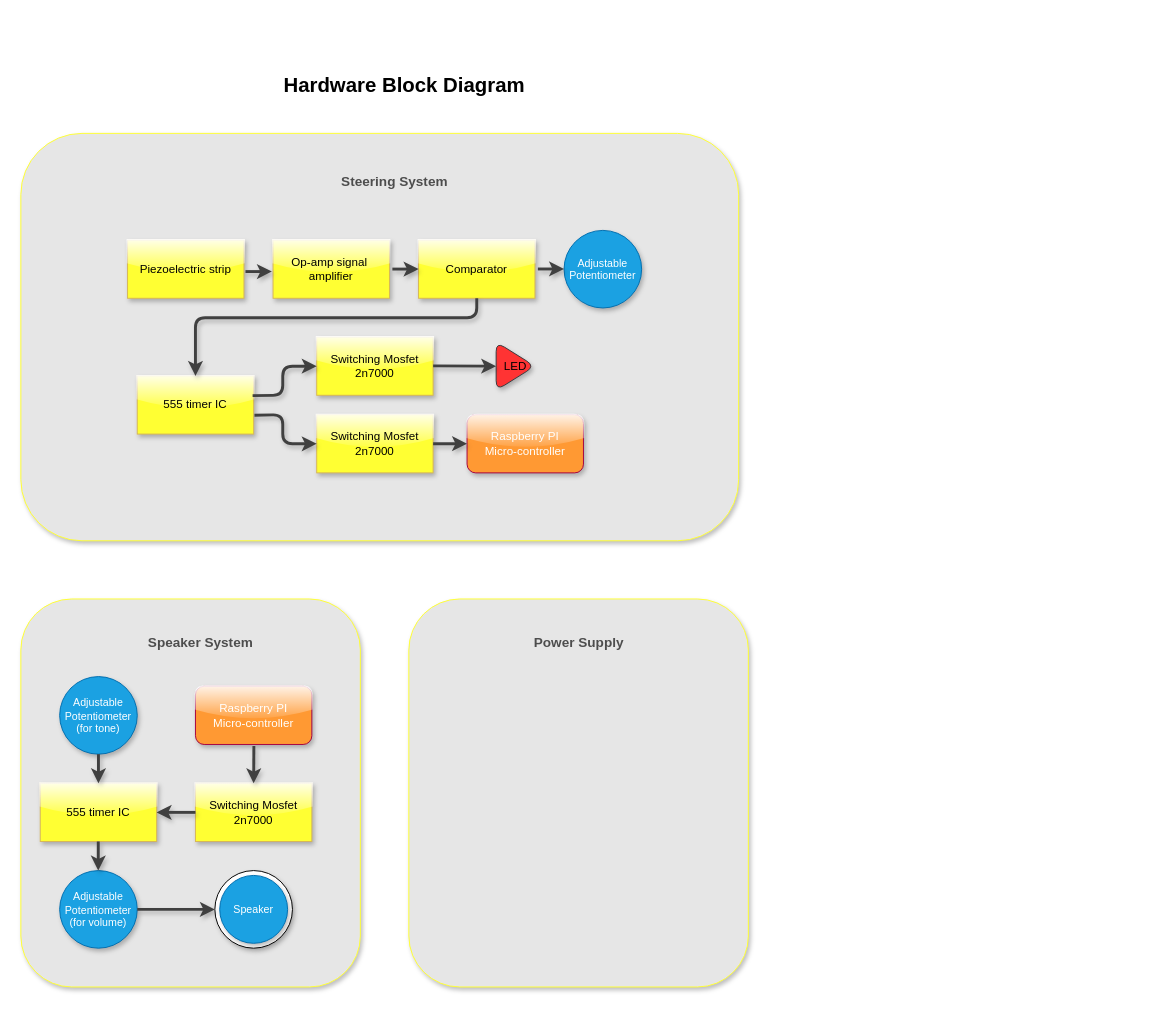
The draw.io diagram Hardware Block Diagram.drawio in mayerjaved/capstone-drowsy-driver-algorithm, before the edit. Source tidied: cells renumbered, new cells numbered last; positions are measured from the earlier drawing's top-left corner, leaving out a move shared by most shapes. Both pictures are drawn from the tidied source at 97%, with x=0, y=0 at pixel (20, 65).
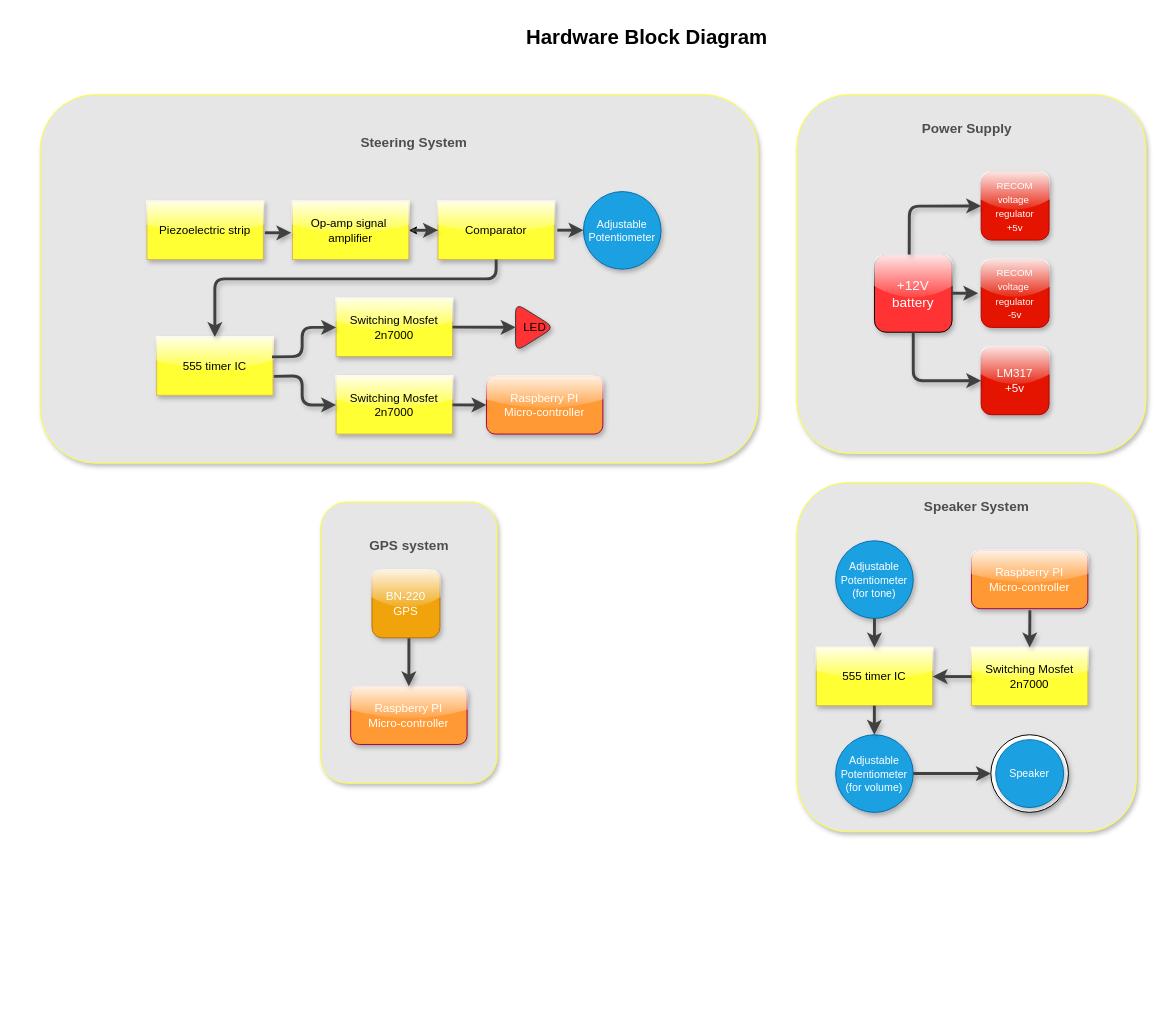
Above is the later version.

Diff of the diagram source:
```diff
@@
     <mxCell id="2" style="rounded=1;whiteSpace=wrap;html=1;shadow=1;glass=0;fillColor=#E6E6E6;fontColor=#ffffff;strokeColor=#FFFF33;" parent="1" vertex="1">
-      <mxGeometry y="70" width="740" height="420" as="geometry" />
+      <mxGeometry x="20" y="30" width="740" height="380" as="geometry" />
     </mxCell>
     <mxCell id="3" value="Piezoelectric strip" style="rounded=0;whiteSpace=wrap;html=1;fillColor=#FFFF33;strokeColor=#d6b656;shadow=1;glass=1;" parent="1" vertex="1">
-      <mxGeometry x="110" y="180" width="120" height="60" as="geometry" />
+      <mxGeometry x="130" y="140" width="120" height="60" as="geometry" />
     </mxCell>
     <mxCell id="4" value="Op-amp signal&amp;nbsp;&lt;br&gt;amplifier" style="rounded=0;whiteSpace=wrap;html=1;fillColor=#FFFF33;strokeColor=#d6b656;shadow=1;glass=1;" parent="1" vertex="1">
-      <mxGeometry x="260" y="180" width="120" height="60" as="geometry" />
+      <mxGeometry x="280" y="140" width="120" height="60" as="geometry" />
     </mxCell>
     <mxCell id="5" value="&lt;b&gt;&lt;font style=&quot;font-size: 21px;&quot;&gt;Hardware Block Diagram&lt;/font&gt;&lt;/b&gt;" style="text;html=1;align=center;verticalAlign=middle;strokeColor=none;fillColor=none;" parent="1" vertex="1">
-      <mxGeometry x="260" width="270" height="40" as="geometry" />
+      <mxGeometry x="510" y="-50" width="270" height="40" as="geometry" />
     </mxCell>
+    <mxCell id="38" style="edgeStyle=orthogonalEdgeStyle;rounded=0;jettySize=auto;html=1;" parent="1" edge="1" source="6" target="4">
+      <mxGeometry relative="1" as="geometry" />
+    </mxCell>
     <mxCell id="6" value="Comparator" style="rounded=0;whiteSpace=wrap;html=1;fillColor=#FFFF33;strokeColor=#d6b656;shadow=1;glass=1;" parent="1" vertex="1">
-      <mxGeometry x="410" y="180" width="120" height="60" as="geometry" />
+      <mxGeometry x="430" y="140" width="120" height="60" as="geometry" />
     </mxCell>
     <mxCell id="7" value="555 timer IC" style="rounded=0;whiteSpace=wrap;html=1;fillColor=#FFFF33;strokeColor=#d6b656;shadow=1;glass=1;" parent="1" vertex="1">
-      <mxGeometry x="120" y="320" width="120" height="60" as="geometry" />
+      <mxGeometry x="140" y="280" width="120" height="60" as="geometry" />
     </mxCell>
     <mxCell id="8" value="Switching Mosfet&lt;br&gt;2n7000" style="rounded=0;whiteSpace=wrap;html=1;fillColor=#FFFF33;strokeColor=#d6b656;shadow=1;glass=1;" parent="1" vertex="1">
-      <mxGeometry x="305" y="360" width="120" height="60" as="geometry" />
+      <mxGeometry x="325" y="320" width="120" height="60" as="geometry" />
     </mxCell>
     <mxCell id="9" value="Switching Mosfet&lt;br&gt;2n7000" style="rounded=0;whiteSpace=wrap;html=1;fillColor=#FFFF33;strokeColor=#d6b656;shadow=1;glass=1;" parent="1" vertex="1">
-      <mxGeometry x="305" y="280" width="120" height="60" as="geometry" />
+      <mxGeometry x="325" y="240" width="120" height="60" as="geometry" />
     </mxCell>
     <mxCell id="10" value="&lt;div style=&quot;&quot;&gt;&lt;span style=&quot;font-size: 11px; color: rgb(255, 255, 255); background-color: initial;&quot;&gt;Adjustable&lt;/span&gt;&lt;br&gt;&lt;/div&gt;&lt;font color=&quot;#ffffff&quot; style=&quot;font-size: 11px;&quot;&gt;&lt;span style=&quot;font-family: Helvetica; font-style: normal; font-variant-ligatures: normal; font-variant-caps: normal; font-weight: 400; letter-spacing: normal; orphans: 2; text-indent: 0px; text-transform: none; widows: 2; word-spacing: 0px; -webkit-text-stroke-width: 0px; background-color: rgb(251, 251, 251); text-decoration-thickness: initial; text-decoration-style: initial; text-decoration-color: initial; float: none; display: inline !important;&quot;&gt;&lt;div style=&quot;&quot;&gt;Potentiometer&lt;/div&gt;&lt;/span&gt;&lt;/font&gt;" style="ellipse;whiteSpace=wrap;html=1;fillColor=#1ba1e2;strokeColor=#006EAF;shadow=1;align=center;fontColor=#ffffff;" parent="1" vertex="1">
-      <mxGeometry x="560" y="170" width="80" height="80" as="geometry" />
+      <mxGeometry x="580" y="130" width="80" height="80" as="geometry" />
     </mxCell>
     <mxCell id="11" value="LED" style="triangle;whiteSpace=wrap;html=1;fillColor=#FF3333;strokeColor=#36393d;shadow=1;rounded=1;" parent="1" vertex="1">
-      <mxGeometry x="490" y="285" width="40" height="50" as="geometry" />
+      <mxGeometry x="510" y="245" width="40" height="50" as="geometry" />
     </mxCell>
     <mxCell id="12" value="Raspberry PI&lt;br&gt;Micro-controller" style="rounded=1;whiteSpace=wrap;html=1;shadow=1;glass=1;fillColor=#FF9933;fontColor=#ffffff;strokeColor=#A50040;" parent="1" vertex="1">
-      <mxGeometry x="460" y="360" width="120" height="60" as="geometry" />
+      <mxGeometry x="480" y="320" width="120" height="60" as="geometry" />
     </mxCell>
@@
     <mxCell id="14" style="endArrow=classic;html=1;rounded=1;strokeWidth=3;shadow=1;strokeColor=#404040;exitX=1.013;exitY=0.541;exitDx=0;exitDy=0;exitPerimeter=0;entryX=-0.01;entryY=0.541;entryDx=0;entryDy=0;entryPerimeter=0;" parent="1" edge="1">
       <mxGeometry relative="1" as="geometry">
-        <mxPoint x="383" y="209.9" as="sourcePoint" />
-        <mxPoint x="410" y="209.9" as="targetPoint" />
+        <mxPoint x="403" y="169.9" as="sourcePoint" />
+        <mxPoint x="430" y="169.9" as="targetPoint" />
       </mxGeometry>
     </mxCell>
     <mxCell id="15" style="endArrow=classic;html=1;rounded=1;strokeWidth=3;shadow=1;strokeColor=#404040;exitX=1.013;exitY=0.541;exitDx=0;exitDy=0;exitPerimeter=0;entryX=-0.01;entryY=0.541;entryDx=0;entryDy=0;entryPerimeter=0;" parent="1" edge="1">
       <mxGeometry relative="1" as="geometry">
-        <mxPoint x="533" y="209.8" as="sourcePoint" />
-        <mxPoint x="560" y="209.8" as="targetPoint" />
+        <mxPoint x="553" y="169.8" as="sourcePoint" />
+        <mxPoint x="580" y="169.8" as="targetPoint" />
       </mxGeometry>
     </mxCell>
     <mxCell id="16" style="endArrow=classic;html=1;rounded=1;strokeWidth=3;shadow=1;strokeColor=#404040;exitX=0.5;exitY=1;exitDx=0;exitDy=0;entryX=0.5;entryY=0;entryDx=0;entryDy=0;" parent="1" edge="1" source="6" target="7">
       <mxGeometry relative="1" as="geometry">
         <Array as="points">
-          <mxPoint x="470" y="260" />
-          <mxPoint x="180" y="260" />
+          <mxPoint x="490" y="220" />
+          <mxPoint x="200" y="220" />
         </Array>
       </mxGeometry>
     </mxCell>
     <mxCell id="17" style="endArrow=classic;html=1;rounded=1;strokeWidth=3;shadow=1;strokeColor=#404040;exitX=0.991;exitY=0.34;exitDx=0;exitDy=0;exitPerimeter=0;entryX=0;entryY=0.5;entryDx=0;entryDy=0;" parent="1" edge="1" source="7" target="9">
       <mxGeometry relative="1" as="geometry">
         <Array as="points">
-          <mxPoint x="270" y="340" />
-          <mxPoint x="270" y="310" />
+          <mxPoint x="290" y="300" />
+          <mxPoint x="290" y="270" />
         </Array>
       </mxGeometry>
     </mxCell>
     <mxCell id="18" style="endArrow=classic;html=1;rounded=1;strokeWidth=3;shadow=1;strokeColor=#404040;exitX=1.007;exitY=0.676;exitDx=0;exitDy=0;exitPerimeter=0;entryX=0;entryY=0.5;entryDx=0;entryDy=0;" parent="1" edge="1" source="7" target="8">
       <mxGeometry relative="1" as="geometry">
         <Array as="points">
-          <mxPoint x="270" y="360" />
-          <mxPoint x="270" y="390" />
+          <mxPoint x="290" y="320" />
+          <mxPoint x="290" y="350" />
         </Array>
       </mxGeometry>
     </mxCell>
     <mxCell id="19" style="endArrow=classic;html=1;rounded=1;strokeWidth=3;shadow=1;strokeColor=#404040;exitX=1.013;exitY=0.541;exitDx=0;exitDy=0;exitPerimeter=0;entryX=0;entryY=0.5;entryDx=0;entryDy=0;" parent="1" edge="1" target="11">
       <mxGeometry relative="1" as="geometry">
-        <mxPoint x="425" y="309.7" as="sourcePoint" />
+        <mxPoint x="445" y="269.7" as="sourcePoint" />
       </mxGeometry>
     </mxCell>
     <mxCell id="20" style="endArrow=classic;html=1;rounded=1;strokeWidth=3;shadow=1;strokeColor=#404040;exitX=1.013;exitY=0.541;exitDx=0;exitDy=0;exitPerimeter=0;entryX=0;entryY=0.5;entryDx=0;entryDy=0;" parent="1" edge="1" target="12">
       <mxGeometry relative="1" as="geometry">
-        <mxPoint x="425" y="389.9" as="sourcePoint" />
+        <mxPoint x="445" y="349.9" as="sourcePoint" />
       </mxGeometry>
     </mxCell>
     <mxCell id="21" value="&lt;b style=&quot;border-color: var(--border-color);&quot;&gt;&lt;font style=&quot;border-color: var(--border-color); font-size: 14px;&quot; color=&quot;#4d4d4d&quot;&gt;Steering System&lt;/font&gt;&lt;/b&gt;" style="text;html=1;align=center;verticalAlign=middle;strokeColor=none;fillColor=none;" parent="1" vertex="1">
-      <mxGeometry x="320" y="105" width="130" height="30" as="geometry" />
+      <mxGeometry x="340" y="65" width="130" height="30" as="geometry" />
     </mxCell>
     <mxCell id="22" style="rounded=1;whiteSpace=wrap;html=1;shadow=1;glass=0;fillColor=#E6E6E6;fontColor=#ffffff;strokeColor=#FFFF33;" parent="1" vertex="1">
-      <mxGeometry y="550" width="350" height="400" as="geometry" />
+      <mxGeometry x="800" y="430" width="350" height="360" as="geometry" />
     </mxCell>
     <mxCell id="23" value="&lt;b style=&quot;border-color: var(--border-color);&quot;&gt;&lt;font style=&quot;border-color: var(--border-color); font-size: 14px;&quot; color=&quot;#4d4d4d&quot;&gt;Speaker System&lt;/font&gt;&lt;/b&gt;" style="text;html=1;align=center;verticalAlign=middle;strokeColor=none;fillColor=none;" parent="1" vertex="1">
-      <mxGeometry x="120" y="580" width="130" height="30" as="geometry" />
+      <mxGeometry x="920" y="440" width="130" height="30" as="geometry" />
     </mxCell>
     <mxCell id="24" value="Raspberry PI&lt;br&gt;Micro-controller" style="rounded=1;whiteSpace=wrap;html=1;shadow=1;glass=1;fillColor=#FF9933;fontColor=#ffffff;strokeColor=#A50040;" parent="1" vertex="1">
-      <mxGeometry x="180" y="640" width="120" height="60" as="geometry" />
+      <mxGeometry x="980" y="500" width="120" height="60" as="geometry" />
     </mxCell>
     <mxCell id="25" value="Switching Mosfet&lt;br&gt;2n7000" style="rounded=0;whiteSpace=wrap;html=1;fillColor=#FFFF33;strokeColor=#d6b656;shadow=1;glass=1;" parent="1" vertex="1">
-      <mxGeometry x="180" y="740" width="120" height="60" as="geometry" />
+      <mxGeometry x="980" y="600" width="120" height="60" as="geometry" />
     </mxCell>
     <mxCell id="26" value="&lt;div style=&quot;&quot;&gt;&lt;span style=&quot;font-size: 11px; color: rgb(255, 255, 255); background-color: initial;&quot;&gt;Adjustable&lt;/span&gt;&lt;br&gt;&lt;/div&gt;&lt;font color=&quot;#ffffff&quot; style=&quot;font-size: 11px;&quot;&gt;&lt;span style=&quot;font-family: Helvetica; font-style: normal; font-variant-ligatures: normal; font-variant-caps: normal; font-weight: 400; letter-spacing: normal; orphans: 2; text-indent: 0px; text-transform: none; widows: 2; word-spacing: 0px; -webkit-text-stroke-width: 0px; background-color: rgb(251, 251, 251); text-decoration-thickness: initial; text-decoration-style: initial; text-decoration-color: initial; float: none; display: inline !important;&quot;&gt;&lt;div style=&quot;&quot;&gt;Potentiometer&lt;/div&gt;&lt;div style=&quot;&quot;&gt;(for tone)&lt;/div&gt;&lt;/span&gt;&lt;/font&gt;" style="ellipse;whiteSpace=wrap;html=1;fillColor=#1ba1e2;strokeColor=#006EAF;shadow=1;align=center;fontColor=#ffffff;" parent="1" vertex="1">
-      <mxGeometry x="40" y="630" width="80" height="80" as="geometry" />
+      <mxGeometry x="840" y="490" width="80" height="80" as="geometry" />
     </mxCell>
     <mxCell id="27" value="555 timer IC" style="rounded=0;whiteSpace=wrap;html=1;fillColor=#FFFF33;strokeColor=#d6b656;shadow=1;glass=1;" parent="1" vertex="1">
-      <mxGeometry x="20" y="740" width="120" height="60" as="geometry" />
+      <mxGeometry x="820" y="600" width="120" height="60" as="geometry" />
     </mxCell>
     <mxCell id="28" value="&lt;div style=&quot;&quot;&gt;&lt;span style=&quot;font-size: 11px; color: rgb(255, 255, 255); background-color: initial;&quot;&gt;Adjustable&lt;/span&gt;&lt;br&gt;&lt;/div&gt;&lt;font color=&quot;#ffffff&quot; style=&quot;font-size: 11px;&quot;&gt;&lt;span style=&quot;font-family: Helvetica; font-style: normal; font-variant-ligatures: normal; font-variant-caps: normal; font-weight: 400; letter-spacing: normal; orphans: 2; text-indent: 0px; text-transform: none; widows: 2; word-spacing: 0px; -webkit-text-stroke-width: 0px; background-color: rgb(251, 251, 251); text-decoration-thickness: initial; text-decoration-style: initial; text-decoration-color: initial; float: none; display: inline !important;&quot;&gt;&lt;div style=&quot;&quot;&gt;Potentiometer&lt;/div&gt;&lt;div style=&quot;&quot;&gt;(for volume)&lt;/div&gt;&lt;/span&gt;&lt;/font&gt;" style="ellipse;whiteSpace=wrap;html=1;fillColor=#1ba1e2;strokeColor=#006EAF;shadow=1;align=center;fontColor=#ffffff;" parent="1" vertex="1">
-      <mxGeometry x="40" y="830" width="80" height="80" as="geometry" />
+      <mxGeometry x="840" y="690" width="80" height="80" as="geometry" />
     </mxCell>
     <mxCell id="29" value="&lt;div style=&quot;&quot;&gt;&lt;br&gt;&lt;/div&gt;" style="ellipse;whiteSpace=wrap;html=1;shadow=1;align=center;" parent="1" vertex="1">
-      <mxGeometry x="200" y="830" width="80" height="80" as="geometry" />
+      <mxGeometry x="1000" y="690" width="80" height="80" as="geometry" />
     </mxCell>
     <mxCell id="30" value="&lt;div style=&quot;&quot;&gt;&lt;span style=&quot;font-size: 11px;&quot;&gt;Speaker&lt;/span&gt;&lt;/div&gt;" style="ellipse;whiteSpace=wrap;html=1;fillColor=#1ba1e2;strokeColor=#006EAF;shadow=1;align=center;fontColor=#ffffff;" parent="1" vertex="1">
-      <mxGeometry x="205" y="835" width="70" height="70" as="geometry" />
+      <mxGeometry x="1005" y="695" width="70" height="70" as="geometry" />
     </mxCell>
@@
     <mxCell id="33" style="endArrow=classic;html=1;rounded=1;strokeWidth=3;shadow=1;strokeColor=#404040;exitX=0.5;exitY=1;exitDx=0;exitDy=0;entryX=0.5;entryY=0;entryDx=0;entryDy=0;" parent="1" edge="1">
       <mxGeometry relative="1" as="geometry">
-        <mxPoint x="79.8" y="800" as="sourcePoint" />
-        <mxPoint x="79.8" y="830" as="targetPoint" />
+        <mxPoint x="879.9" y="660" as="sourcePoint" />
+        <mxPoint x="879.9" y="690" as="targetPoint" />
       </mxGeometry>
     </mxCell>
@@
     <mxCell id="36" style="rounded=1;whiteSpace=wrap;html=1;shadow=1;glass=0;fillColor=#E6E6E6;fontColor=#ffffff;strokeColor=#FFFF33;" parent="1" vertex="1">
-      <mxGeometry x="400" y="550" width="350" height="400" as="geometry" />
+      <mxGeometry x="800" y="30" width="360" height="370" as="geometry" />
     </mxCell>
     <mxCell id="37" value="&lt;b style=&quot;border-color: var(--border-color);&quot;&gt;&lt;font style=&quot;border-color: var(--border-color); font-size: 14px;&quot; color=&quot;#4d4d4d&quot;&gt;Power Supply&lt;/font&gt;&lt;/b&gt;" style="text;html=1;align=center;verticalAlign=middle;strokeColor=none;fillColor=none;" parent="1" vertex="1">
-      <mxGeometry x="515" y="580" width="120" height="30" as="geometry" />
+      <mxGeometry x="915" y="50" width="120" height="30" as="geometry" />
     </mxCell>
+    <mxCell id="39" value="&lt;font style=&quot;font-size: 12px;&quot; color=&quot;#ffffff&quot;&gt;&lt;span style=&quot;&quot;&gt;LM317&lt;br&gt;+5v&lt;br&gt;&lt;/span&gt;&lt;/font&gt;" style="whiteSpace=wrap;html=1;rounded=1;glass=1;shadow=1;fillColor=#e51400;fontColor=#ffffff;strokeColor=#B20000;" parent="1" vertex="1">
+      <mxGeometry x="990" y="290" width="70" height="70" as="geometry" />
+    </mxCell>
+    <mxCell id="40" value="&lt;font color=&quot;#ffffff&quot; style=&quot;font-size: 10px;&quot;&gt;&lt;font style=&quot;font-size: 10px;&quot;&gt;RECOM voltage&lt;/font&gt;&amp;nbsp;&lt;br&gt;regulator&lt;br&gt;+5v&lt;/font&gt;" style="whiteSpace=wrap;html=1;rounded=1;glass=1;shadow=1;fillColor=#e51400;fontColor=#ffffff;strokeColor=#B20000;" parent="1" vertex="1">
+      <mxGeometry x="990" y="110" width="70" height="70" as="geometry" />
+    </mxCell>
+    <mxCell id="41" value="&lt;font style=&quot;font-size: 10px;&quot; color=&quot;#fefffa&quot;&gt;&lt;font style=&quot;border-color: var(--border-color); font-size: 10px;&quot;&gt;RECOM voltage&lt;/font&gt;&amp;nbsp;&lt;br&gt;regulator&lt;br style=&quot;border-color: var(--border-color);&quot;&gt;&lt;span style=&quot;&quot;&gt;-5v&lt;/span&gt;&lt;/font&gt;" style="whiteSpace=wrap;html=1;rounded=1;glass=1;shadow=1;fillColor=#e51400;fontColor=#ffffff;strokeColor=#B20000;" parent="1" vertex="1">
+      <mxGeometry x="990" y="200" width="70" height="70" as="geometry" />
+    </mxCell>
+    <mxCell id="42" value="&lt;font color=&quot;#ffffff&quot; style=&quot;font-size: 14px;&quot;&gt;+12V&lt;br&gt;battery&lt;/font&gt;" style="whiteSpace=wrap;html=1;rounded=1;glass=1;shadow=1;fillColor=#FF3333;" parent="1" vertex="1">
+      <mxGeometry x="880" y="195" width="80" height="80" as="geometry" />
+    </mxCell>
+    <mxCell id="43" style="rounded=1;whiteSpace=wrap;html=1;shadow=1;glass=0;fillColor=#E6E6E6;fontColor=#ffffff;strokeColor=#FFFF33;" parent="1" vertex="1">
+      <mxGeometry x="309" y="450" width="182" height="290" as="geometry" />
+    </mxCell>
+    <mxCell id="44" value="&lt;font style=&quot;font-size: 12px;&quot; color=&quot;#ffffff&quot;&gt;&lt;span style=&quot;&quot;&gt;BN-220&lt;br&gt;GPS&lt;br&gt;&lt;/span&gt;&lt;/font&gt;" style="whiteSpace=wrap;html=1;rounded=1;glass=1;shadow=1;fillColor=#f0a30a;fontColor=#000000;strokeColor=#BD7000;" parent="1" vertex="1">
+      <mxGeometry x="362" y="520" width="70" height="70" as="geometry" />
+    </mxCell>
+    <mxCell id="45" value="Raspberry PI&lt;br&gt;Micro-controller" style="rounded=1;whiteSpace=wrap;html=1;shadow=1;glass=1;fillColor=#FF9933;fontColor=#ffffff;strokeColor=#A50040;" parent="1" vertex="1">
+      <mxGeometry x="340" y="640" width="120" height="60" as="geometry" />
+    </mxCell>
+    <mxCell id="46" style="endArrow=classic;html=1;rounded=1;strokeWidth=3;shadow=1;strokeColor=#404040;entryX=0.5;entryY=0;entryDx=0;entryDy=0;exitX=0.544;exitY=1.008;exitDx=0;exitDy=0;exitPerimeter=0;" parent="1" edge="1" source="44" target="45">
+      <mxGeometry relative="1" as="geometry" />
+    </mxCell>
+    <mxCell id="47" value="&lt;b style=&quot;border-color: var(--border-color);&quot;&gt;&lt;font style=&quot;border-color: var(--border-color); font-size: 14px;&quot; color=&quot;#4d4d4d&quot;&gt;GPS system&lt;/font&gt;&lt;/b&gt;" style="text;html=1;align=center;verticalAlign=middle;strokeColor=none;fillColor=none;" parent="1" vertex="1">
+      <mxGeometry x="345" y="480" width="110" height="30" as="geometry" />
+    </mxCell>
+    <mxCell id="48" style="endArrow=classic;html=1;rounded=1;strokeWidth=3;shadow=1;strokeColor=#404040;exitX=0.448;exitY=-0.003;exitDx=0;exitDy=0;exitPerimeter=0;entryX=-0.01;entryY=0.541;entryDx=0;entryDy=0;entryPerimeter=0;" parent="1" edge="1" source="42">
+      <mxGeometry relative="1" as="geometry">
+        <mxPoint x="990" y="144.8" as="targetPoint" />
+        <Array as="points">
+          <mxPoint x="916" y="145" />
+        </Array>
+      </mxGeometry>
+    </mxCell>
+    <mxCell id="49" style="endArrow=classic;html=1;rounded=1;strokeWidth=3;shadow=1;strokeColor=#404040;exitX=1.013;exitY=0.541;exitDx=0;exitDy=0;exitPerimeter=0;entryX=-0.01;entryY=0.541;entryDx=0;entryDy=0;entryPerimeter=0;" parent="1" edge="1">
+      <mxGeometry relative="1" as="geometry">
+        <mxPoint x="960" y="234.8" as="sourcePoint" />
+        <mxPoint x="987" y="234.8" as="targetPoint" />
+      </mxGeometry>
+    </mxCell>
+    <mxCell id="50" style="endArrow=classic;html=1;rounded=1;strokeWidth=3;shadow=1;strokeColor=#404040;exitX=0.5;exitY=1;exitDx=0;exitDy=0;entryX=0;entryY=0.5;entryDx=0;entryDy=0;" parent="1" edge="1" source="42" target="39">
+      <mxGeometry relative="1" as="geometry">
+        <Array as="points">
+          <mxPoint x="920" y="325" />
+        </Array>
+      </mxGeometry>
+    </mxCell>
```
